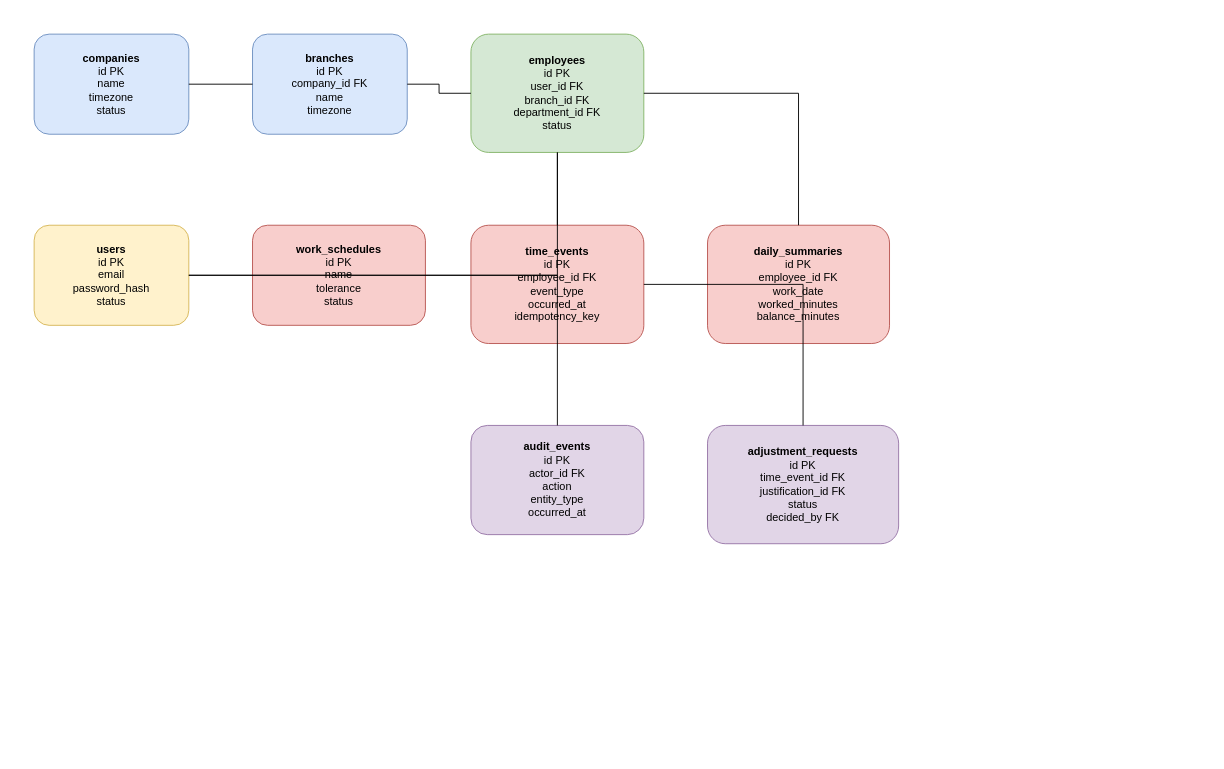
This is docs/database/erd.drawio from MatW23/JornadaMS, a draw.io file, before an edit. Source tidied: cells renumbered, new cells numbered last; positions are measured from the earlier drawing's top-left corner, leaving out a move shared by most shapes. Both pictures are drawn from the tidied source at 91%, with x=0, y=0 at pixel (34, 34).
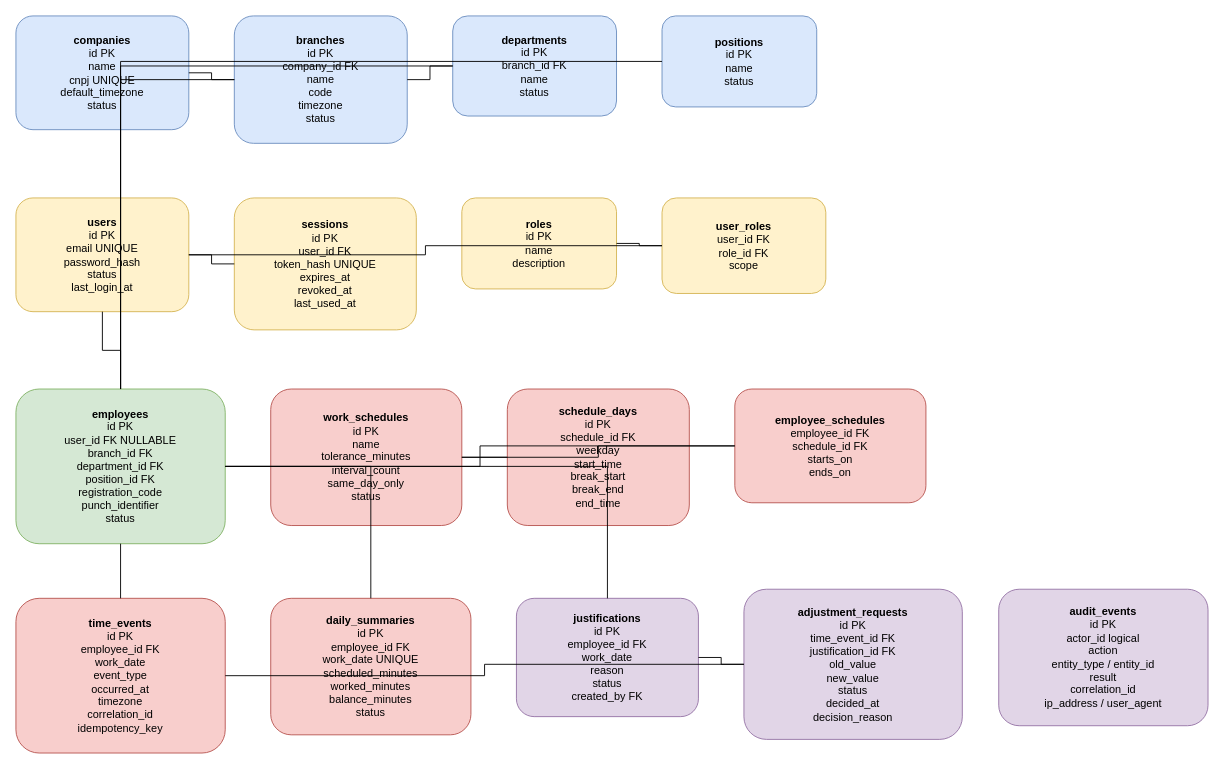
After the change.

The edit, as a diff of the source:
```diff
@@
-    <mxCell id="2" value="&lt;b&gt;companies&lt;/b&gt;&lt;br&gt;id PK&lt;br&gt;name&lt;br&gt;timezone&lt;br&gt;status" style="rounded=1;whiteSpace=wrap;html=1;fillColor=#dae8fc;strokeColor=#6c8ebf;" parent="1" vertex="1">
-      <mxGeometry width="170" height="110" as="geometry" />
+    <mxCell id="2" value="&lt;b&gt;companies&lt;/b&gt;&lt;br&gt;id PK&lt;br&gt;name&lt;br&gt;cnpj UNIQUE&lt;br&gt;default_timezone&lt;br&gt;status" style="rounded=1;whiteSpace=wrap;html=1;fillColor=#dae8fc;strokeColor=#6c8ebf;" parent="1" vertex="1">
+      <mxGeometry x="-20" y="-20" width="190" height="125" as="geometry" />
     </mxCell>
-    <mxCell id="3" value="&lt;b&gt;branches&lt;/b&gt;&lt;br&gt;id PK&lt;br&gt;company_id FK&lt;br&gt;name&lt;br&gt;timezone" style="rounded=1;whiteSpace=wrap;html=1;fillColor=#dae8fc;strokeColor=#6c8ebf;" parent="1" vertex="1">
-      <mxGeometry x="240" width="170" height="110" as="geometry" />
+    <mxCell id="3" value="&lt;b&gt;branches&lt;/b&gt;&lt;br&gt;id PK&lt;br&gt;company_id FK&lt;br&gt;name&lt;br&gt;code&lt;br&gt;timezone&lt;br&gt;status" style="rounded=1;whiteSpace=wrap;html=1;fillColor=#dae8fc;strokeColor=#6c8ebf;" parent="1" vertex="1">
+      <mxGeometry x="220" y="-20" width="190" height="140" as="geometry" />
     </mxCell>
+    <mxCell id="18" value="&lt;b&gt;departments&lt;/b&gt;&lt;br&gt;id PK&lt;br&gt;branch_id FK&lt;br&gt;name&lt;br&gt;status" style="rounded=1;whiteSpace=wrap;html=1;fillColor=#dae8fc;strokeColor=#6c8ebf;" parent="1" vertex="1">
+      <mxGeometry x="460" y="-20" width="180" height="110" as="geometry" />
+    </mxCell>
+    <mxCell id="19" value="&lt;b&gt;positions&lt;/b&gt;&lt;br&gt;id PK&lt;br&gt;name&lt;br&gt;status" style="rounded=1;whiteSpace=wrap;html=1;fillColor=#dae8fc;strokeColor=#6c8ebf;" parent="1" vertex="1">
+      <mxGeometry x="690" y="-20" width="170" height="100" as="geometry" />
+    </mxCell>
+    <mxCell id="5" value="&lt;b&gt;users&lt;/b&gt;&lt;br&gt;id PK&lt;br&gt;email UNIQUE&lt;br&gt;password_hash&lt;br&gt;status&lt;br&gt;last_login_at" style="rounded=1;whiteSpace=wrap;html=1;fillColor=#fff2cc;strokeColor=#d6b656;" parent="1" vertex="1">
+      <mxGeometry x="-20" y="180" width="190" height="125" as="geometry" />
+    </mxCell>
+    <mxCell id="20" value="&lt;b&gt;sessions&lt;/b&gt;&lt;br&gt;id PK&lt;br&gt;user_id FK&lt;br&gt;token_hash UNIQUE&lt;br&gt;expires_at&lt;br&gt;revoked_at&lt;br&gt;last_used_at" style="rounded=1;whiteSpace=wrap;html=1;fillColor=#fff2cc;strokeColor=#d6b656;" parent="1" vertex="1">
+      <mxGeometry x="220" y="180" width="200" height="145" as="geometry" />
+    </mxCell>
+    <mxCell id="21" value="&lt;b&gt;roles&lt;/b&gt;&lt;br&gt;id PK&lt;br&gt;name&lt;br&gt;description" style="rounded=1;whiteSpace=wrap;html=1;fillColor=#fff2cc;strokeColor=#d6b656;" parent="1" vertex="1">
+      <mxGeometry x="470" y="180" width="170" height="100" as="geometry" />
+    </mxCell>
+    <mxCell id="22" value="&lt;b&gt;user_roles&lt;/b&gt;&lt;br&gt;user_id FK&lt;br&gt;role_id FK&lt;br&gt;scope" style="rounded=1;whiteSpace=wrap;html=1;fillColor=#fff2cc;strokeColor=#d6b656;" parent="1" vertex="1">
+      <mxGeometry x="690" y="180" width="180" height="105" as="geometry" />
+    </mxCell>
-    <mxCell id="4" value="&lt;b&gt;employees&lt;/b&gt;&lt;br&gt;id PK&lt;br&gt;user_id FK&lt;br&gt;branch_id FK&lt;br&gt;department_id FK&lt;br&gt;status" style="rounded=1;whiteSpace=wrap;html=1;fillColor=#d5e8d4;strokeColor=#82b366;" parent="1" vertex="1">
-      <mxGeometry x="480" width="190" height="130" as="geometry" />
+    <mxCell id="4" value="&lt;b&gt;employees&lt;/b&gt;&lt;br&gt;id PK&lt;br&gt;user_id FK NULLABLE&lt;br&gt;branch_id FK&lt;br&gt;department_id FK&lt;br&gt;position_id FK&lt;br&gt;registration_code&lt;br&gt;punch_identifier&lt;br&gt;status" style="rounded=1;whiteSpace=wrap;html=1;fillColor=#d5e8d4;strokeColor=#82b366;" parent="1" vertex="1">
+      <mxGeometry x="-20" y="390" width="230" height="170" as="geometry" />
     </mxCell>
-    <mxCell id="5" value="&lt;b&gt;users&lt;/b&gt;&lt;br&gt;id PK&lt;br&gt;email&lt;br&gt;password_hash&lt;br&gt;status" style="rounded=1;whiteSpace=wrap;html=1;fillColor=#fff2cc;strokeColor=#d6b656;" parent="1" vertex="1">
-      <mxGeometry y="210" width="170" height="110" as="geometry" />
-    </mxCell>
-    <mxCell id="6" value="&lt;b&gt;work_schedules&lt;/b&gt;&lt;br&gt;id PK&lt;br&gt;name&lt;br&gt;tolerance&lt;br&gt;status" style="rounded=1;whiteSpace=wrap;html=1;fillColor=#f8cecc;strokeColor=#b85450;" parent="1" vertex="1">
-      <mxGeometry x="240" y="210" width="190" height="110" as="geometry" />
-    </mxCell>
-    <mxCell id="7" value="&lt;b&gt;time_events&lt;/b&gt;&lt;br&gt;id PK&lt;br&gt;employee_id FK&lt;br&gt;event_type&lt;br&gt;occurred_at&lt;br&gt;idempotency_key" style="rounded=1;whiteSpace=wrap;html=1;fillColor=#f8cecc;strokeColor=#b85450;" parent="1" vertex="1">
-      <mxGeometry x="480" y="210" width="190" height="130" as="geometry" />
-    </mxCell>
-    <mxCell id="8" value="&lt;b&gt;daily_summaries&lt;/b&gt;&lt;br&gt;id PK&lt;br&gt;employee_id FK&lt;br&gt;work_date&lt;br&gt;worked_minutes&lt;br&gt;balance_minutes" style="rounded=1;whiteSpace=wrap;html=1;fillColor=#f8cecc;strokeColor=#b85450;" parent="1" vertex="1">
-      <mxGeometry x="740" y="210" width="200" height="130" as="geometry" />
-    </mxCell>
-    <mxCell id="9" value="&lt;b&gt;adjustment_requests&lt;/b&gt;&lt;br&gt;id PK&lt;br&gt;time_event_id FK&lt;br&gt;justification_id FK&lt;br&gt;status&lt;br&gt;decided_by FK" style="rounded=1;whiteSpace=wrap;html=1;fillColor=#e1d5e7;strokeColor=#9673a6;" parent="1" vertex="1">
-      <mxGeometry x="740" y="430" width="210" height="130" as="geometry" />
-    </mxCell>
-    <mxCell id="10" value="&lt;b&gt;audit_events&lt;/b&gt;&lt;br&gt;id PK&lt;br&gt;actor_id FK&lt;br&gt;action&lt;br&gt;entity_type&lt;br&gt;occurred_at" style="rounded=1;whiteSpace=wrap;html=1;fillColor=#e1d5e7;strokeColor=#9673a6;" parent="1" vertex="1">
-      <mxGeometry x="480" y="430" width="190" height="120" as="geometry" />
-    </mxCell>
+    <mxCell id="23" value="&lt;b&gt;work_schedules&lt;/b&gt;&lt;br&gt;id PK&lt;br&gt;name&lt;br&gt;tolerance_minutes&lt;br&gt;interval_count&lt;br&gt;same_day_only&lt;br&gt;status" style="rounded=1;whiteSpace=wrap;html=1;fillColor=#f8cecc;strokeColor=#b85450;" parent="1" vertex="1">
+      <mxGeometry x="260" y="390" width="210" height="150" as="geometry" />
+    </mxCell>
+    <mxCell id="24" value="&lt;b&gt;schedule_days&lt;/b&gt;&lt;br&gt;id PK&lt;br&gt;schedule_id FK&lt;br&gt;weekday&lt;br&gt;start_time&lt;br&gt;break_start&lt;br&gt;break_end&lt;br&gt;end_time" style="rounded=1;whiteSpace=wrap;html=1;fillColor=#f8cecc;strokeColor=#b85450;" parent="1" vertex="1">
+      <mxGeometry x="520" y="390" width="200" height="150" as="geometry" />
+    </mxCell>
+    <mxCell id="25" value="&lt;b&gt;employee_schedules&lt;/b&gt;&lt;br&gt;employee_id FK&lt;br&gt;schedule_id FK&lt;br&gt;starts_on&lt;br&gt;ends_on" style="rounded=1;whiteSpace=wrap;html=1;fillColor=#f8cecc;strokeColor=#b85450;" parent="1" vertex="1">
+      <mxGeometry x="770" y="390" width="210" height="125" as="geometry" />
+    </mxCell>
+    <mxCell id="26" value="&lt;b&gt;time_events&lt;/b&gt;&lt;br&gt;id PK&lt;br&gt;employee_id FK&lt;br&gt;work_date&lt;br&gt;event_type&lt;br&gt;occurred_at&lt;br&gt;timezone&lt;br&gt;correlation_id&lt;br&gt;idempotency_key" style="rounded=1;whiteSpace=wrap;html=1;fillColor=#f8cecc;strokeColor=#b85450;" parent="1" vertex="1">
+      <mxGeometry x="-20" y="620" width="230" height="170" as="geometry" />
+    </mxCell>
+    <mxCell id="27" value="&lt;b&gt;daily_summaries&lt;/b&gt;&lt;br&gt;id PK&lt;br&gt;employee_id FK&lt;br&gt;work_date UNIQUE&lt;br&gt;scheduled_minutes&lt;br&gt;worked_minutes&lt;br&gt;balance_minutes&lt;br&gt;status" style="rounded=1;whiteSpace=wrap;html=1;fillColor=#f8cecc;strokeColor=#b85450;" parent="1" vertex="1">
+      <mxGeometry x="260" y="620" width="220" height="150" as="geometry" />
+    </mxCell>
+    <mxCell id="28" value="&lt;b&gt;justifications&lt;/b&gt;&lt;br&gt;id PK&lt;br&gt;employee_id FK&lt;br&gt;work_date&lt;br&gt;reason&lt;br&gt;status&lt;br&gt;created_by FK" style="rounded=1;whiteSpace=wrap;html=1;fillColor=#e1d5e7;strokeColor=#9673a6;" parent="1" vertex="1">
+      <mxGeometry x="530" y="620" width="200" height="130" as="geometry" />
+    </mxCell>
+    <mxCell id="29" value="&lt;b&gt;adjustment_requests&lt;/b&gt;&lt;br&gt;id PK&lt;br&gt;time_event_id FK&lt;br&gt;justification_id FK&lt;br&gt;old_value&lt;br&gt;new_value&lt;br&gt;status&lt;br&gt;decided_at&lt;br&gt;decision_reason" style="rounded=1;whiteSpace=wrap;html=1;fillColor=#e1d5e7;strokeColor=#9673a6;" parent="1" vertex="1">
+      <mxGeometry x="780" y="610" width="240" height="165" as="geometry" />
+    </mxCell>
+    <mxCell id="30" value="&lt;b&gt;audit_events&lt;/b&gt;&lt;br&gt;id PK&lt;br&gt;actor_id logical&lt;br&gt;action&lt;br&gt;entity_type / entity_id&lt;br&gt;result&lt;br&gt;correlation_id&lt;br&gt;ip_address / user_agent" style="rounded=1;whiteSpace=wrap;html=1;fillColor=#e1d5e7;strokeColor=#9673a6;" parent="1" vertex="1">
+      <mxGeometry x="1060" y="610" width="230" height="150" as="geometry" />
+    </mxCell>
@@
-    <mxCell id="12" style="edgeStyle=orthogonalEdgeStyle;rounded=0;jettySize=auto;html=1;endArrow=none;" parent="1" edge="1" source="3" target="4">
+    <mxCell id="12" style="edgeStyle=orthogonalEdgeStyle;rounded=0;jettySize=auto;html=1;endArrow=none;" parent="1" edge="1" source="3" target="18">
       <mxGeometry relative="1" as="geometry" />
     </mxCell>
-    <mxCell id="13" style="edgeStyle=orthogonalEdgeStyle;rounded=0;jettySize=auto;html=1;endArrow=none;" parent="1" edge="1" source="5" target="4">
+    <mxCell id="13" style="edgeStyle=orthogonalEdgeStyle;rounded=0;jettySize=auto;html=1;endArrow=none;" parent="1" edge="1" source="3" target="4">
       <mxGeometry relative="1" as="geometry" />
     </mxCell>
-    <mxCell id="14" style="edgeStyle=orthogonalEdgeStyle;rounded=0;jettySize=auto;html=1;endArrow=none;" parent="1" edge="1" source="4" target="7">
+    <mxCell id="14" style="edgeStyle=orthogonalEdgeStyle;rounded=0;jettySize=auto;html=1;endArrow=none;" parent="1" edge="1" source="18" target="4">
       <mxGeometry relative="1" as="geometry" />
     </mxCell>
-    <mxCell id="15" style="edgeStyle=orthogonalEdgeStyle;rounded=0;jettySize=auto;html=1;endArrow=none;" parent="1" edge="1" source="4" target="8">
+    <mxCell id="15" style="edgeStyle=orthogonalEdgeStyle;rounded=0;jettySize=auto;html=1;endArrow=none;" parent="1" edge="1" source="19" target="4">
       <mxGeometry relative="1" as="geometry" />
     </mxCell>
-    <mxCell id="16" style="edgeStyle=orthogonalEdgeStyle;rounded=0;jettySize=auto;html=1;endArrow=none;" parent="1" edge="1" source="7" target="9">
+    <mxCell id="16" style="edgeStyle=orthogonalEdgeStyle;rounded=0;jettySize=auto;html=1;endArrow=none;" parent="1" edge="1" source="5" target="4">
       <mxGeometry relative="1" as="geometry" />
     </mxCell>
-    <mxCell id="17" style="edgeStyle=orthogonalEdgeStyle;rounded=0;jettySize=auto;html=1;endArrow=none;" parent="1" edge="1" source="5" target="10">
+    <mxCell id="17" style="edgeStyle=orthogonalEdgeStyle;rounded=0;jettySize=auto;html=1;endArrow=none;" parent="1" edge="1" source="5" target="20">
       <mxGeometry relative="1" as="geometry" />
     </mxCell>
+    <mxCell id="31" style="edgeStyle=orthogonalEdgeStyle;rounded=0;jettySize=auto;html=1;endArrow=none;" parent="1" edge="1" source="5" target="22">
+      <mxGeometry relative="1" as="geometry" />
+    </mxCell>
+    <mxCell id="32" style="edgeStyle=orthogonalEdgeStyle;rounded=0;jettySize=auto;html=1;endArrow=none;" parent="1" edge="1" source="21" target="22">
+      <mxGeometry relative="1" as="geometry" />
+    </mxCell>
+    <mxCell id="33" style="edgeStyle=orthogonalEdgeStyle;rounded=0;jettySize=auto;html=1;endArrow=none;" parent="1" edge="1" source="23" target="24">
+      <mxGeometry relative="1" as="geometry" />
+    </mxCell>
+    <mxCell id="34" style="edgeStyle=orthogonalEdgeStyle;rounded=0;jettySize=auto;html=1;endArrow=none;" parent="1" edge="1" source="4" target="25">
+      <mxGeometry relative="1" as="geometry" />
+    </mxCell>
+    <mxCell id="35" style="edgeStyle=orthogonalEdgeStyle;rounded=0;jettySize=auto;html=1;endArrow=none;" parent="1" edge="1" source="23" target="25">
+      <mxGeometry relative="1" as="geometry" />
+    </mxCell>
+    <mxCell id="36" style="edgeStyle=orthogonalEdgeStyle;rounded=0;jettySize=auto;html=1;endArrow=none;" parent="1" edge="1" source="4" target="26">
+      <mxGeometry relative="1" as="geometry" />
+    </mxCell>
+    <mxCell id="37" style="edgeStyle=orthogonalEdgeStyle;rounded=0;jettySize=auto;html=1;endArrow=none;" parent="1" edge="1" source="4" target="27">
+      <mxGeometry relative="1" as="geometry" />
+    </mxCell>
+    <mxCell id="38" style="edgeStyle=orthogonalEdgeStyle;rounded=0;jettySize=auto;html=1;endArrow=none;" parent="1" edge="1" source="4" target="28">
+      <mxGeometry relative="1" as="geometry" />
+    </mxCell>
+    <mxCell id="39" style="edgeStyle=orthogonalEdgeStyle;rounded=0;jettySize=auto;html=1;endArrow=none;" parent="1" edge="1" source="26" target="29">
+      <mxGeometry relative="1" as="geometry" />
+    </mxCell>
+    <mxCell id="40" style="edgeStyle=orthogonalEdgeStyle;rounded=0;jettySize=auto;html=1;endArrow=none;" parent="1" edge="1" source="28" target="29">
+      <mxGeometry relative="1" as="geometry" />
+    </mxCell>
```
